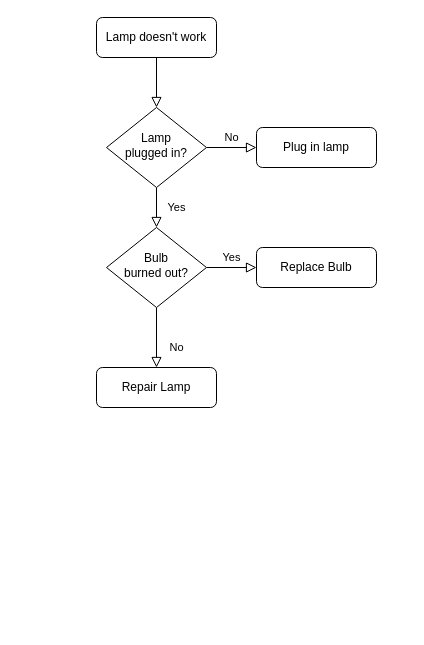
Earlier version of the draw.io diagram Untitled Diagram.drawio (anni7/finstagram). Source tidied: cells renumbered, new cells numbered last; positions are measured from the earlier drawing's top-left corner, leaving out a move shared by most shapes. Both pictures are drawn from the tidied source at 100%, with x=0, y=0 at pixel (96, 17).
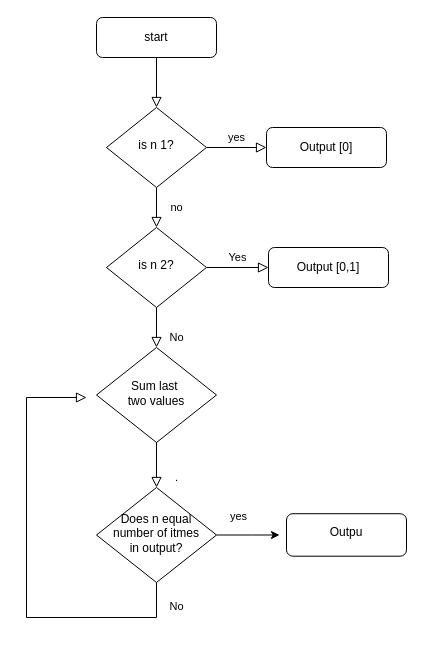
The same diagram, later.

Change to the diagram source:
```diff
@@
-    <mxCell id="3" value="Lamp doesn't work" style="rounded=1;whiteSpace=wrap;html=1;fontSize=12;glass=0;strokeWidth=1;shadow=0;" parent="1" vertex="1">
+    <mxCell id="3" value="start" style="rounded=1;whiteSpace=wrap;html=1;fontSize=12;glass=0;strokeWidth=1;shadow=0;" parent="1" vertex="1">
       <mxGeometry width="120" height="40" as="geometry" />
     </mxCell>
-    <mxCell id="4" value="Yes" style="rounded=0;html=1;jettySize=auto;fontSize=11;endArrow=block;endFill=0;endSize=8;strokeWidth=1;shadow=0;labelBackgroundColor=none;edgeStyle=orthogonalEdgeStyle;" parent="1" edge="1" source="6" target="10">
+    <mxCell id="4" value="no" style="rounded=0;html=1;jettySize=auto;fontSize=11;endArrow=block;endFill=0;endSize=8;strokeWidth=1;shadow=0;labelBackgroundColor=none;edgeStyle=orthogonalEdgeStyle;" parent="1" edge="1" source="6" target="10">
       <mxGeometry y="20" relative="1" as="geometry" />
     </mxCell>
-    <mxCell id="5" value="No" style="edgeStyle=orthogonalEdgeStyle;rounded=0;html=1;jettySize=auto;fontSize=11;endArrow=block;endFill=0;endSize=8;strokeWidth=1;shadow=0;labelBackgroundColor=none;" parent="1" edge="1" source="6" target="7">
+    <mxCell id="5" value="yes" style="edgeStyle=orthogonalEdgeStyle;rounded=0;html=1;jettySize=auto;fontSize=11;endArrow=block;endFill=0;endSize=8;strokeWidth=1;shadow=0;labelBackgroundColor=none;" parent="1" edge="1" source="6" target="7">
       <mxGeometry y="10" relative="1" as="geometry" />
     </mxCell>
-    <mxCell id="6" value="Lamp&lt;br&gt;plugged in?" style="rhombus;whiteSpace=wrap;html=1;shadow=0;fontFamily=Helvetica;fontSize=12;align=center;strokeWidth=1;spacing=6;spacingTop=-4;" parent="1" vertex="1">
+    <mxCell id="6" value="is n 1?" style="rhombus;whiteSpace=wrap;html=1;shadow=0;fontFamily=Helvetica;fontSize=12;align=center;strokeWidth=1;spacing=6;spacingTop=-4;" parent="1" vertex="1">
       <mxGeometry x="10" y="90" width="100" height="80" as="geometry" />
     </mxCell>
-    <mxCell id="7" value="Plug in lamp" style="rounded=1;whiteSpace=wrap;html=1;fontSize=12;glass=0;strokeWidth=1;shadow=0;" parent="1" vertex="1">
-      <mxGeometry x="160" y="110" width="120" height="40" as="geometry" />
+    <mxCell id="7" value="Output [0]" style="rounded=1;whiteSpace=wrap;html=1;fontSize=12;glass=0;strokeWidth=1;shadow=0;" parent="1" vertex="1">
+      <mxGeometry x="170" y="110" width="120" height="40" as="geometry" />
     </mxCell>
-    <mxCell id="8" value="No" style="rounded=0;html=1;jettySize=auto;fontSize=11;endArrow=block;endFill=0;endSize=8;strokeWidth=1;shadow=0;labelBackgroundColor=none;edgeStyle=orthogonalEdgeStyle;" parent="1" edge="1" source="10" target="11">
-      <mxGeometry x="0.33" y="20" relative="1" as="geometry" />
+    <mxCell id="8" value="No" style="rounded=0;html=1;jettySize=auto;fontSize=11;endArrow=block;endFill=0;endSize=8;strokeWidth=1;shadow=0;labelBackgroundColor=none;edgeStyle=orthogonalEdgeStyle;" parent="1" edge="1" source="14">
+      <mxGeometry x="-0.89" y="20" relative="1" as="geometry">
+        <mxPoint x="-10" y="380" as="targetPoint" />
+        <Array as="points">
+          <mxPoint x="60" y="600" />
+          <mxPoint x="-70" y="600" />
+          <mxPoint x="-70" y="380" />
+        </Array>
+      </mxGeometry>
     </mxCell>
@@
-    <mxCell id="10" value="Bulb&lt;br&gt;burned out?" style="rhombus;whiteSpace=wrap;html=1;shadow=0;fontFamily=Helvetica;fontSize=12;align=center;strokeWidth=1;spacing=6;spacingTop=-4;" parent="1" vertex="1">
+    <mxCell id="10" value="is n 2?" style="rhombus;whiteSpace=wrap;html=1;shadow=0;fontFamily=Helvetica;fontSize=12;align=center;strokeWidth=1;spacing=6;spacingTop=-4;" parent="1" vertex="1">
       <mxGeometry x="10" y="210" width="100" height="80" as="geometry" />
     </mxCell>
-    <mxCell id="11" value="Repair Lamp" style="rounded=1;whiteSpace=wrap;html=1;fontSize=12;glass=0;strokeWidth=1;shadow=0;" parent="1" vertex="1">
-      <mxGeometry y="350" width="120" height="40" as="geometry" />
-    </mxCell>
-    <mxCell id="12" value="Replace Bulb" style="rounded=1;whiteSpace=wrap;html=1;fontSize=12;glass=0;strokeWidth=1;shadow=0;" parent="1" vertex="1">
-      <mxGeometry x="160" y="230" width="120" height="40" as="geometry" />
+    <mxCell id="12" value="Output [0,1]" style="rounded=1;whiteSpace=wrap;html=1;fontSize=12;glass=0;strokeWidth=1;shadow=0;" parent="1" vertex="1">
+      <mxGeometry x="172" y="230" width="120" height="40" as="geometry" />
     </mxCell>
+    <mxCell id="13" value="yes&lt;br&gt;" style="edgeStyle=orthogonalEdgeStyle;rounded=0;jettySize=auto;html=1;" parent="1" edge="1" source="14" target="18">
+      <mxGeometry x="-0.37" y="18" relative="1" as="geometry">
+        <mxPoint x="2" y="-1" as="offset" />
+      </mxGeometry>
+    </mxCell>
+    <mxCell id="14" value="Does n equal&lt;br&gt;number of itmes&lt;br&gt;in output?" style="rhombus;whiteSpace=wrap;html=1;shadow=0;fontFamily=Helvetica;fontSize=12;align=center;strokeWidth=1;spacing=6;spacingTop=-4;" parent="1" vertex="1">
+      <mxGeometry y="470" width="120" height="95" as="geometry" />
+    </mxCell>
+    <mxCell id="15" value="." style="rounded=0;html=1;jettySize=auto;fontSize=11;endArrow=block;endFill=0;endSize=8;strokeWidth=1;shadow=0;labelBackgroundColor=none;edgeStyle=orthogonalEdgeStyle;" parent="1" edge="1" source="16" target="14">
+      <mxGeometry x="0.56" y="20" relative="1" as="geometry">
+        <Array as="points">
+          <mxPoint x="60" y="390" />
+          <mxPoint x="60" y="390" />
+        </Array>
+      </mxGeometry>
+    </mxCell>
+    <mxCell id="16" value="Sum last&amp;nbsp;&lt;br&gt;two values" style="rhombus;whiteSpace=wrap;html=1;shadow=0;fontFamily=Helvetica;fontSize=12;align=center;strokeWidth=1;spacing=6;spacingTop=-4;" parent="1" vertex="1">
+      <mxGeometry y="330" width="120" height="95" as="geometry" />
+    </mxCell>
+    <mxCell id="17" value="No" style="rounded=0;html=1;jettySize=auto;fontSize=11;endArrow=block;endFill=0;endSize=8;strokeWidth=1;shadow=0;labelBackgroundColor=none;edgeStyle=orthogonalEdgeStyle;" parent="1" edge="1" source="10" target="16">
+      <mxGeometry x="0.5" y="20" relative="1" as="geometry" />
+    </mxCell>
+    <mxCell id="18" value="Outpu" style="whiteSpace=wrap;html=1;shadow=0;strokeWidth=1;spacing=6;spacingTop=-4;perimeterSpacing=7;rounded=1;glass=0;sketch=0;" parent="1" vertex="1">
+      <mxGeometry x="190" y="496.2" width="120" height="42.5" as="geometry" />
+    </mxCell>
```
